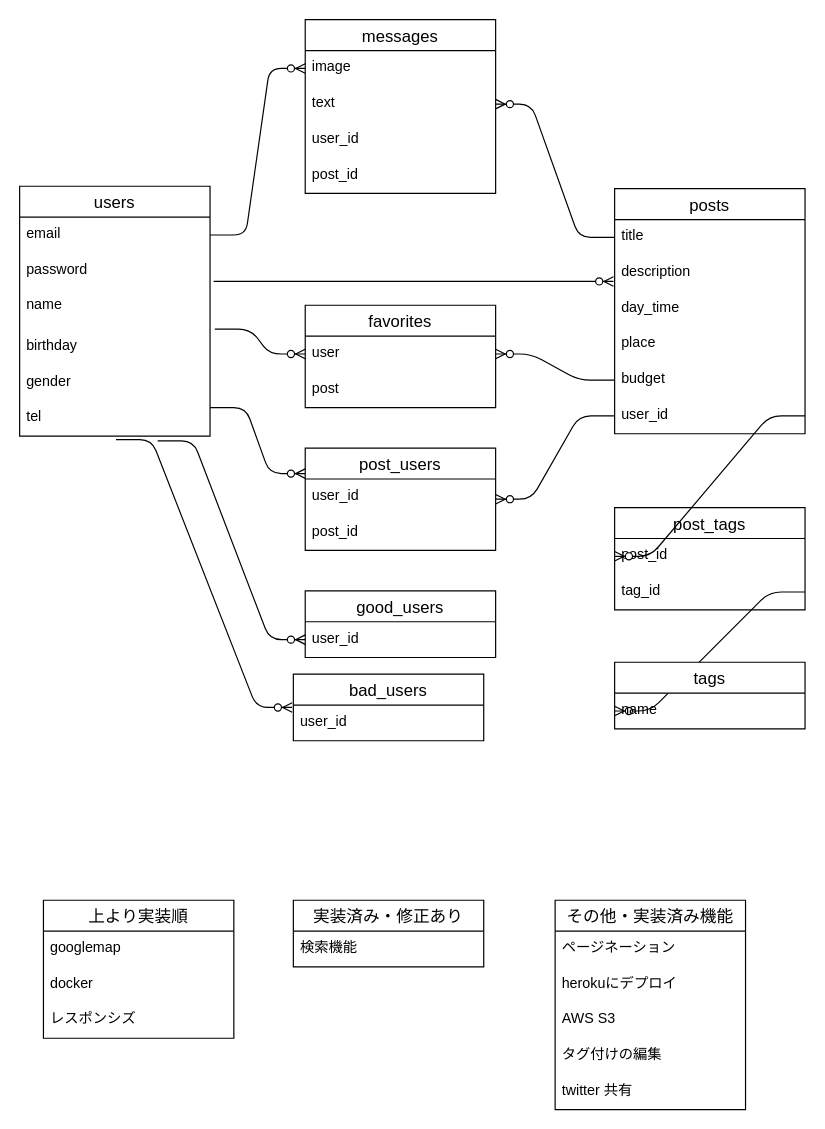
koyama1058/oriapp keeps this draw.io diagram as oriapp2.dio. Above is the earlier version. Source tidied: cells renumbered, new cells numbered last; positions are measured from the earlier drawing's top-left corner, leaving out a move shared by most shapes. Both pictures are drawn from the tidied source at 119%, with x=0, y=0 at pixel (19, 19).
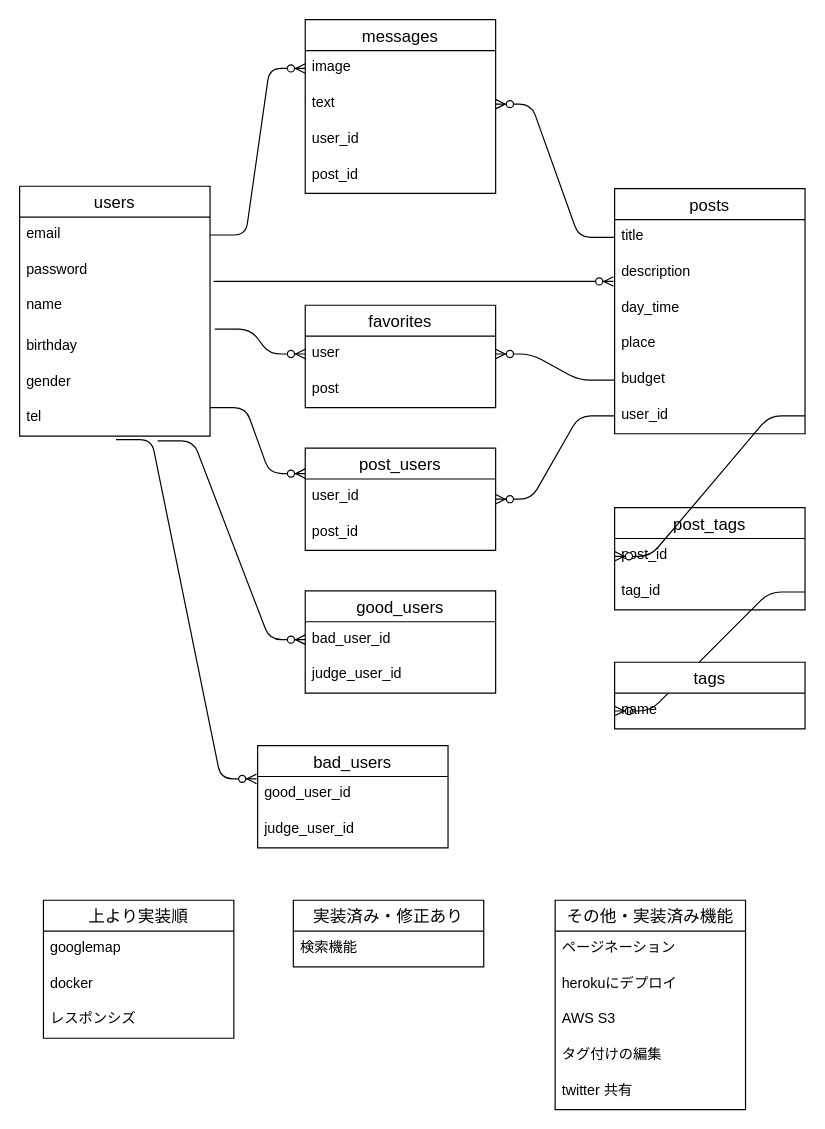
Above is the later version.

Change to the diagram source:
```diff
@@
     <mxCell id="29" value="good_users" style="swimlane;fontStyle=0;horizontal=1;startSize=26;align=center;fontSize=14;" parent="1" vertex="1">
-      <mxGeometry x="240" y="480" width="160" height="56" as="geometry" />
+      <mxGeometry x="240" y="480" width="160" height="86" as="geometry" />
     </mxCell>
-    <mxCell id="30" value="user_id" style="text;strokeColor=none;fillColor=none;spacingLeft=4;spacingRight=4;overflow=hidden;points=[[0,0.5],[1,0.5]];portConstraint=eastwest;fontSize=12;" parent="29" vertex="1">
+    <mxCell id="30" value="bad_user_id" style="text;strokeColor=none;fillColor=none;spacingLeft=4;spacingRight=4;overflow=hidden;points=[[0,0.5],[1,0.5]];portConstraint=eastwest;fontSize=12;" parent="29" vertex="1">
       <mxGeometry y="26" width="160" height="30" as="geometry" />
     </mxCell>
-    <mxCell id="31" value="bad_users" style="swimlane;fontStyle=0;horizontal=1;startSize=26;align=center;fontSize=14;" parent="1" vertex="1">
-      <mxGeometry x="230" y="550" width="160" height="56" as="geometry" />
-    </mxCell>
-    <mxCell id="32" value="user_id" style="text;strokeColor=none;fillColor=none;spacingLeft=4;spacingRight=4;overflow=hidden;points=[[0,0.5],[1,0.5]];portConstraint=eastwest;fontSize=12;" parent="31" vertex="1">
-      <mxGeometry y="26" width="160" height="30" as="geometry" />
-    </mxCell>
+    <mxCell id="59" value="judge_user_id" style="text;strokeColor=none;fillColor=none;spacingLeft=4;spacingRight=4;overflow=hidden;fontSize=12;" parent="29" vertex="1">
+      <mxGeometry y="56" width="160" height="30" as="geometry" />
+    </mxCell>
@@
+    <mxCell id="31" value="bad_users" style="swimlane;fontStyle=0;horizontal=1;startSize=26;align=center;fontSize=14;" parent="1" vertex="1">
+      <mxGeometry x="200" y="610" width="160" height="86" as="geometry" />
+    </mxCell>
+    <mxCell id="32" value="good_user_id" style="text;strokeColor=none;fillColor=none;spacingLeft=4;spacingRight=4;overflow=hidden;points=[[0,0.5],[1,0.5]];portConstraint=eastwest;fontSize=12;" parent="31" vertex="1">
+      <mxGeometry y="26" width="160" height="30" as="geometry" />
+    </mxCell>
+    <mxCell id="60" value="judge_user_id" style="text;strokeColor=none;fillColor=none;spacingLeft=4;spacingRight=4;overflow=hidden;fontSize=12;" parent="31" vertex="1">
+      <mxGeometry y="56" width="160" height="30" as="geometry" />
+    </mxCell>
```
